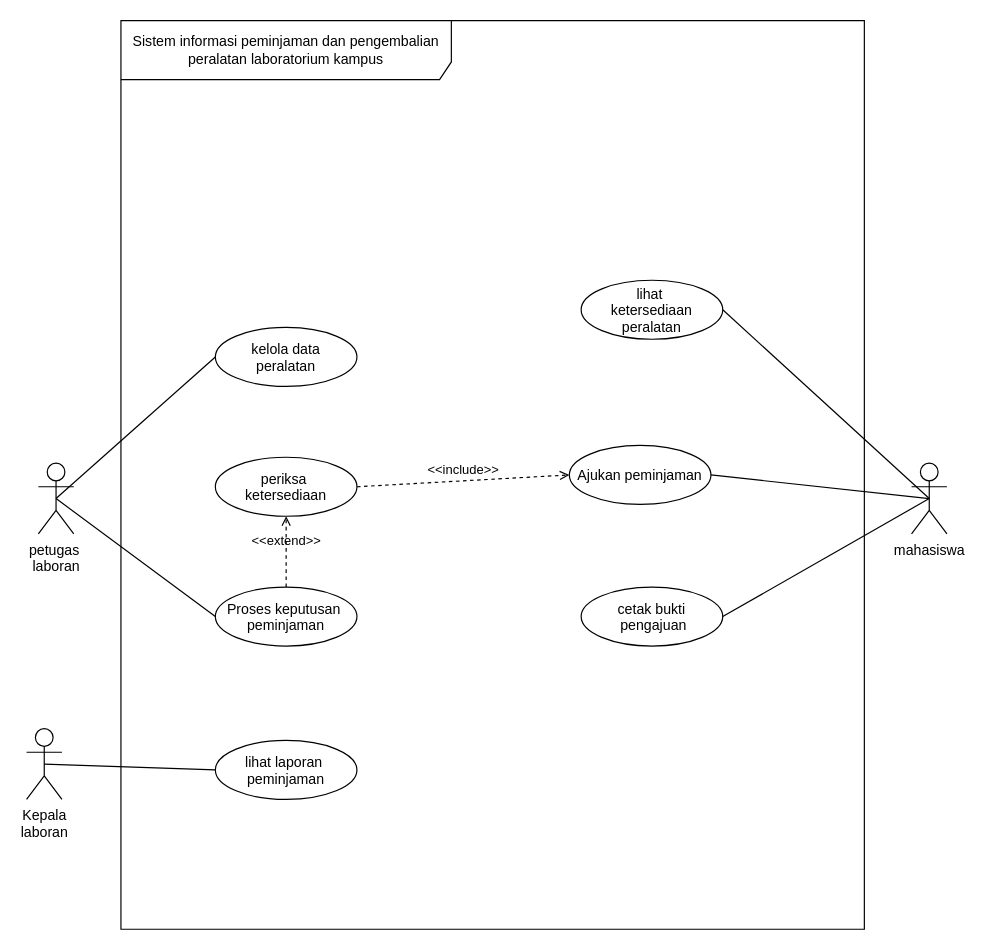
Earlier version of the draw.io diagram 03_latihan_tools/P03/LAB/P03_2406096_LAB_usecase_v01.drawio (2406096-jul/IFRWP5149_2406096_LabAlat). Source tidied: cells renumbered, new cells numbered last; positions are measured from the earlier drawing's top-left corner, leaving out a move shared by most shapes. Both pictures are drawn from the tidied source at 118%, with x=0, y=0 at pixel (26, 20).
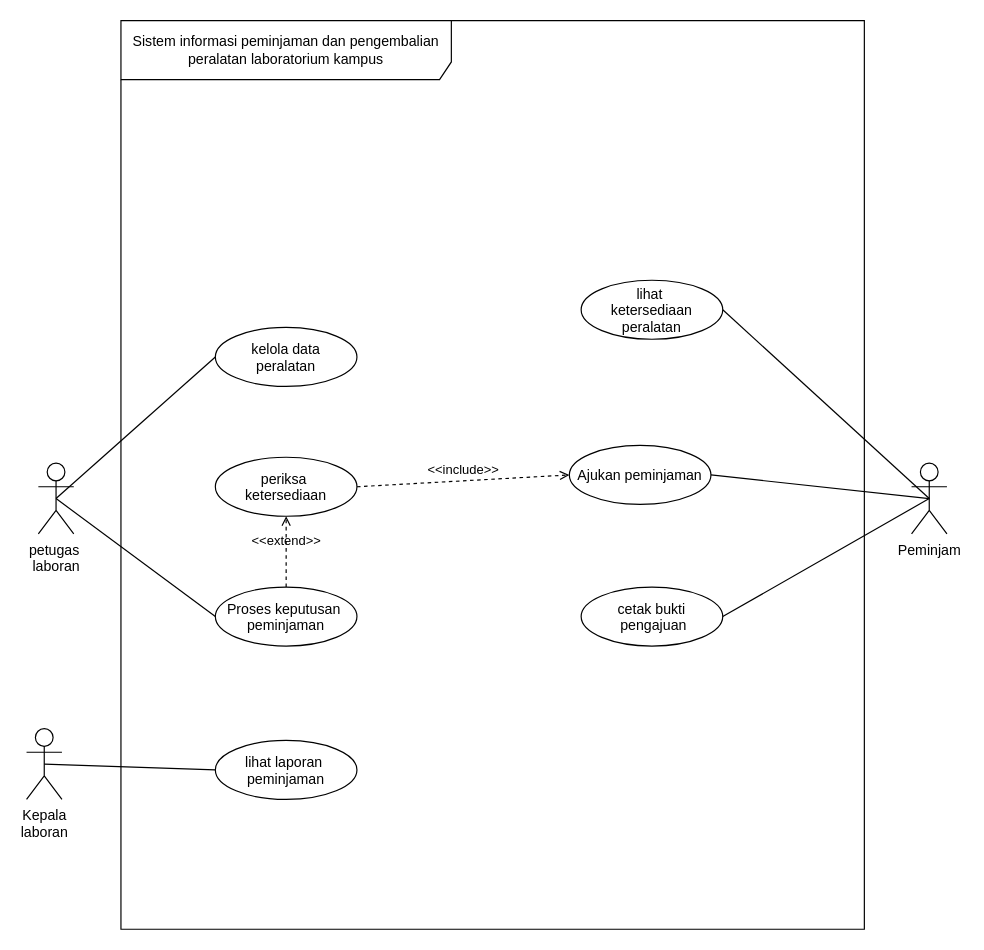
The same diagram, later.

What changed in the source:
```diff
@@
-    <mxCell id="18" value="mahasiswa" style="shape=umlActor;verticalLabelPosition=bottom;verticalAlign=top;html=1;" parent="1" vertex="1">
+    <mxCell id="18" value="Peminjam" style="shape=umlActor;verticalLabelPosition=bottom;verticalAlign=top;html=1;" parent="1" vertex="1">
       <mxGeometry x="750" y="375" width="30" height="60" as="geometry" />
     </mxCell>
```
